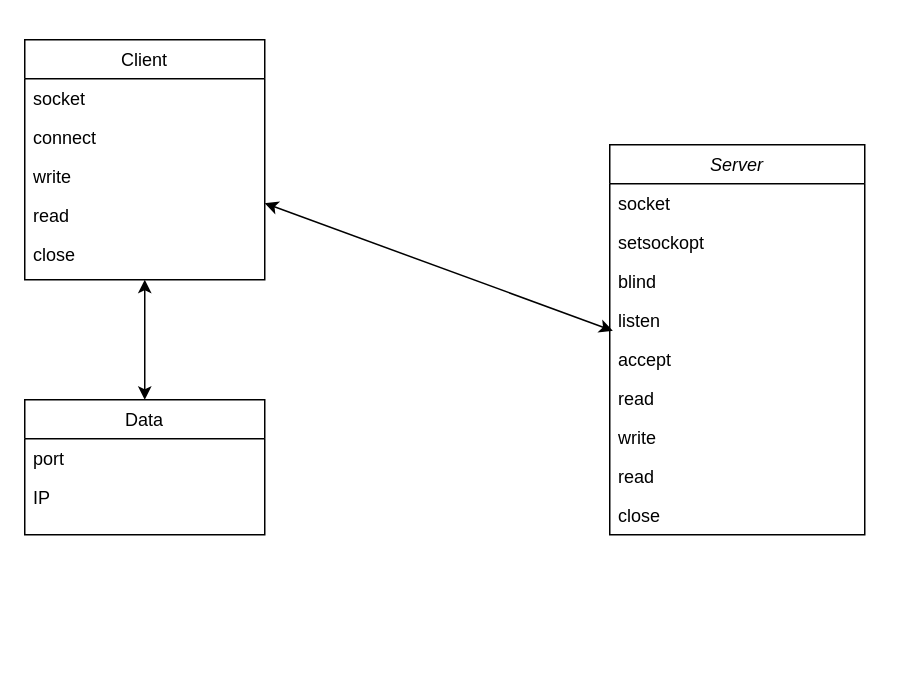
Before: 제목 없는 다이어그램.drawio in Buppong/MFC_Begineer, a draw.io diagram. Source tidied: cells renumbered, new cells numbered last; positions are measured from the earlier drawing's top-left corner, leaving out a move shared by most shapes. Both pictures are drawn from the tidied source at 150%, with x=0, y=0 at pixel (24, 39).
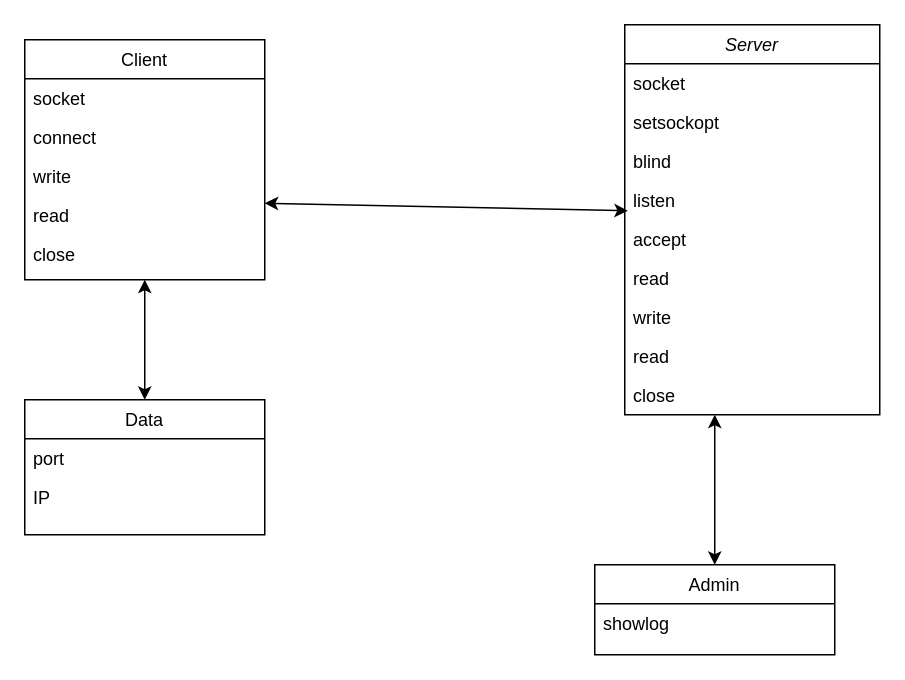
The same diagram, later.

Unchanged cells that the change refers to:
```xml
<mxCell id="11" value="close" style="text;align=left;verticalAlign=top;spacingLeft=4;spacingRight=4;overflow=hidden;points=[[0,0.5],[1,0.5]];portConstraint=eastwest;" parent="2" vertex="1">
  <mxGeometry y="234" width="170" height="26" as="geometry" />
</mxCell>
```

Change to the diagram source:
```diff
@@
     <mxCell id="2" value="Server" style="swimlane;fontStyle=2;align=center;verticalAlign=top;horizontal=1;startSize=26;rounded=0;shadow=0;strokeWidth=1;" parent="1" vertex="1">
-      <mxGeometry x="390" y="70" width="170" height="260" as="geometry" />
+      <mxGeometry x="400" y="-10" width="170" height="260" as="geometry" />
     </mxCell>
@@
+    <mxCell id="23" style="endArrow=classic;startArrow=classic;html=1;rounded=0;entryX=0.353;entryY=1;entryDx=0;entryDy=0;exitX=0.5;exitY=0;exitDx=0;exitDy=0;entryPerimeter=0;" parent="1" edge="1" source="24" target="11">
+      <mxGeometry relative="1" as="geometry" />
+    </mxCell>
+    <mxCell id="24" value="Admin" style="swimlane;fontStyle=0;align=center;verticalAlign=top;horizontal=1;startSize=26;rounded=0;shadow=0;strokeWidth=1;" parent="1" vertex="1">
+      <mxGeometry x="380" y="350" width="160" height="60" as="geometry" />
+    </mxCell>
+    <mxCell id="25" value="showlog" style="text;align=left;verticalAlign=top;spacingLeft=4;spacingRight=4;overflow=hidden;" parent="24" vertex="1">
+      <mxGeometry y="26" width="160" height="26" as="geometry" />
+    </mxCell>
```
